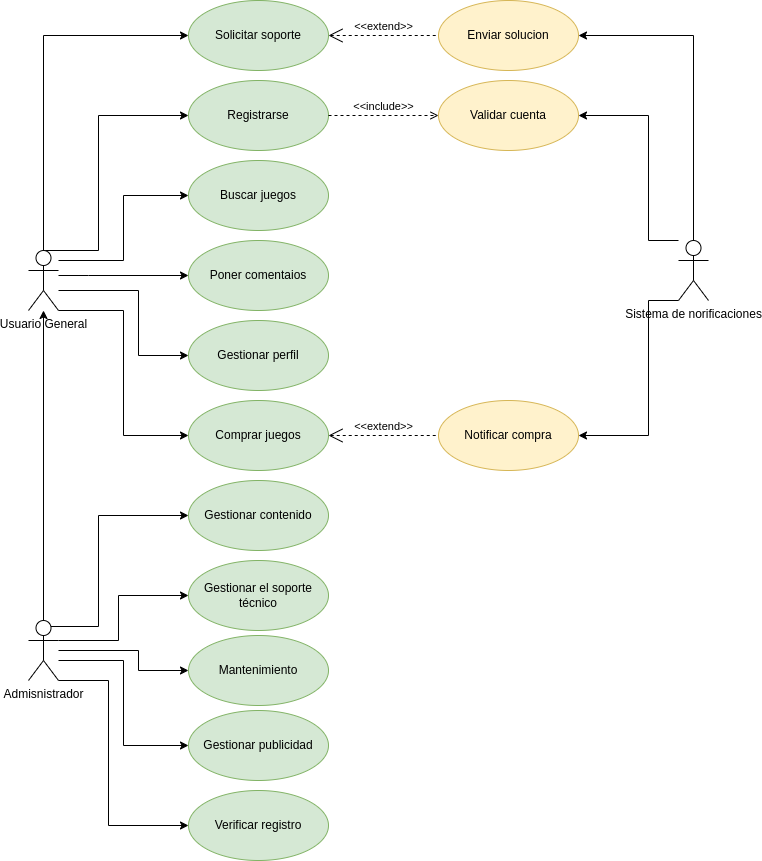
Earlier version of the draw.io export images/Diagrama tienda de videojuegos.drawio.png (nexphernandez/tienda-de-videojuegos). Source tidied: cells renumbered, new cells last; positions are measured from the earlier drawing's top-left corner, leaving out a move shared by most shapes.
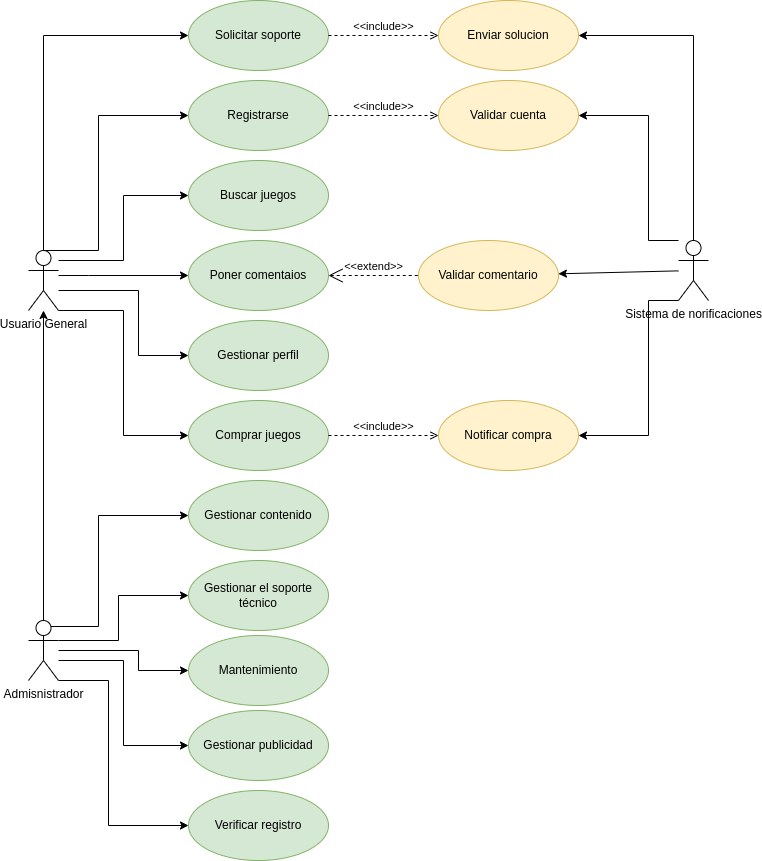
After the commit.

Commit message:
Se añaden las tablas de los actores

What changed in the source:
```diff
@@ -121,6 +121,9 @@
         </Array>
       </mxGeometry>
     </mxCell>
+    <mxCell id="37" style="edgeStyle=none;html=1;" parent="1" edge="1" source="19" target="38">
+      <mxGeometry relative="1" as="geometry" />
+    </mxCell>
     <mxCell id="19" value="Sistema de norificaciones" style="shape=umlActor;verticalLabelPosition=bottom;verticalAlign=top;html=1;outlineConnect=0;" parent="1" vertex="1">
       <mxGeometry x="650" y="240" width="30" height="60" as="geometry" />
     </mxCell>
@@ -163,16 +166,22 @@
     <mxCell id="32" value="&amp;lt;&amp;lt;include&amp;gt;&amp;gt;" style="edgeStyle=none;html=1;endArrow=open;verticalAlign=bottom;dashed=1;labelBackgroundColor=none;rounded=0;exitX=1;exitY=0.5;exitDx=0;exitDy=0;" parent="1" edge="1" source="20" target="31">
       <mxGeometry relative="1" as="geometry" />
     </mxCell>
-    <mxCell id="33" value="&amp;lt;&amp;lt;extend&amp;gt;&amp;gt;" style="edgeStyle=none;html=1;startArrow=open;endArrow=none;startSize=12;verticalAlign=bottom;dashed=1;labelBackgroundColor=none;rounded=0;entryX=0;entryY=0.5;entryDx=0;entryDy=0;exitX=1;exitY=0.5;exitDx=0;exitDy=0;" parent="1" edge="1" source="23" target="30">
-      <mxGeometry relative="1" as="geometry" />
-    </mxCell>
     <mxCell id="34" value="Solicitar soporte" style="ellipse;whiteSpace=wrap;html=1;fillColor=#d5e8d4;strokeColor=#82b366;" parent="1" vertex="1">
       <mxGeometry x="160" width="140" height="70" as="geometry" />
     </mxCell>
     <mxCell id="35" value="Enviar solucion" style="ellipse;whiteSpace=wrap;html=1;fillColor=#fff2cc;strokeColor=#d6b656;" parent="1" vertex="1">
       <mxGeometry x="410" width="140" height="70" as="geometry" />
     </mxCell>
+    <mxCell id="38" value="Validar comentario&lt;br&gt;" style="ellipse;whiteSpace=wrap;html=1;fillColor=#fff2cc;strokeColor=#d6b656;" parent="1" vertex="1">
+      <mxGeometry x="390" y="240" width="140" height="70" as="geometry" />
+    </mxCell>
+    <mxCell id="39" value="&amp;lt;&amp;lt;extend&amp;gt;&amp;gt;" style="edgeStyle=none;html=1;startArrow=open;endArrow=none;startSize=12;verticalAlign=bottom;dashed=1;labelBackgroundColor=none;entryX=0;entryY=0.5;entryDx=0;entryDy=0;exitX=1;exitY=0.5;exitDx=0;exitDy=0;" parent="1" edge="1" source="22" target="38">
+      <mxGeometry relative="1" as="geometry" />
+    </mxCell>
+    <mxCell id="33" value="&amp;lt;&amp;lt;include&amp;gt;&amp;gt;" style="edgeStyle=none;html=1;endArrow=open;verticalAlign=bottom;dashed=1;labelBackgroundColor=none;exitX=1;exitY=0.5;exitDx=0;exitDy=0;entryX=0;entryY=0.5;entryDx=0;entryDy=0;" parent="1" edge="1" source="23" target="30">
+      <mxGeometry relative="1" as="geometry" />
+    </mxCell>
-    <mxCell id="36" value="&amp;lt;&amp;lt;extend&amp;gt;&amp;gt;" style="edgeStyle=none;html=1;startArrow=open;endArrow=none;startSize=12;verticalAlign=bottom;dashed=1;labelBackgroundColor=none;rounded=0;entryX=0;entryY=0.5;entryDx=0;entryDy=0;" parent="1" edge="1" source="34" target="35">
+    <mxCell id="36" value="&amp;lt;&amp;lt;include&amp;gt;&amp;gt;" style="edgeStyle=none;html=1;endArrow=open;verticalAlign=bottom;dashed=1;labelBackgroundColor=none;exitX=1;exitY=0.5;exitDx=0;exitDy=0;entryX=0;entryY=0.5;entryDx=0;entryDy=0;" parent="1" edge="1" source="34" target="35">
       <mxGeometry relative="1" as="geometry" />
     </mxCell>
   </root>
```
